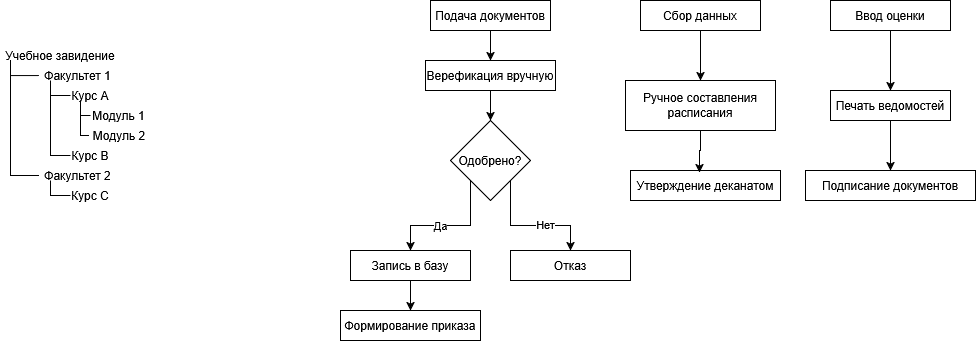
The draw.io diagram .png/Диаграмма без sdfназвания.drawio.png in Jokimazi/DrawIOStorage, before a commit. Source tidied: cells renumbered, new cells last; positions are measured from the earlier drawing's top-left corner, leaving out a move shared by most shapes.
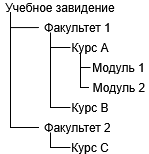
Later version of the same file.

Diff of the diagram source:
```diff
@@ -2,75 +2,6 @@
   <root>
     <mxCell id="0" />
     <mxCell id="1" parent="0" />
-    <mxCell id="2" style="edgeStyle=orthogonalEdgeStyle;rounded=0;jettySize=auto;html=1;exitX=0.5;exitY=1;exitDx=0;exitDy=0;entryX=0.5;entryY=0;entryDx=0;entryDy=0;" parent="1" edge="1" source="3" target="5">
-      <mxGeometry relative="1" as="geometry" />
-    </mxCell>
-    <mxCell id="3" value="Подача документов" style="rounded=0;whiteSpace=wrap;html=1;" parent="1" vertex="1">
-      <mxGeometry x="430" width="120" height="30" as="geometry" />
-    </mxCell>
-    <mxCell id="4" style="edgeStyle=orthogonalEdgeStyle;rounded=0;jettySize=auto;html=1;exitX=0.5;exitY=1;exitDx=0;exitDy=0;entryX=0.5;entryY=0;entryDx=0;entryDy=0;" parent="1" edge="1" source="5" target="10">
-      <mxGeometry relative="1" as="geometry" />
-    </mxCell>
-    <mxCell id="5" value="Верефикация вручную" style="rounded=0;whiteSpace=wrap;html=1;" parent="1" vertex="1">
-      <mxGeometry x="425" y="60" width="130" height="30" as="geometry" />
-    </mxCell>
-    <mxCell id="6" style="edgeStyle=orthogonalEdgeStyle;rounded=0;jettySize=auto;html=1;exitX=1;exitY=1;exitDx=0;exitDy=0;entryX=0.5;entryY=0;entryDx=0;entryDy=0;" parent="1" edge="1" source="10" target="13">
-      <mxGeometry relative="1" as="geometry" />
-    </mxCell>
-    <mxCell id="7" value="Нет" style="edgeLabel;html=1;align=center;verticalAlign=middle;" parent="6" vertex="1">
-      <mxGeometry x="0.22" y="1" relative="1" as="geometry" />
-    </mxCell>
-    <mxCell id="8" style="edgeStyle=orthogonalEdgeStyle;rounded=0;jettySize=auto;html=1;exitX=0;exitY=1;exitDx=0;exitDy=0;entryX=0.5;entryY=0;entryDx=0;entryDy=0;" parent="1" edge="1" source="10" target="12">
-      <mxGeometry relative="1" as="geometry" />
-    </mxCell>
-    <mxCell id="9" value="Да" style="edgeLabel;html=1;align=center;verticalAlign=middle;" parent="8" vertex="1">
-      <mxGeometry x="0.17" relative="1" as="geometry" />
-    </mxCell>
-    <mxCell id="10" value="Одобрено?" style="rhombus;whiteSpace=wrap;html=1;" parent="1" vertex="1">
-      <mxGeometry x="450" y="120" width="80" height="80" as="geometry" />
-    </mxCell>
-    <mxCell id="11" style="edgeStyle=orthogonalEdgeStyle;rounded=0;jettySize=auto;html=1;exitX=0.5;exitY=1;exitDx=0;exitDy=0;entryX=0.5;entryY=0;entryDx=0;entryDy=0;" parent="1" edge="1" source="12" target="14">
-      <mxGeometry relative="1" as="geometry" />
-    </mxCell>
-    <mxCell id="12" value="Запись в базу" style="rounded=0;whiteSpace=wrap;html=1;" parent="1" vertex="1">
-      <mxGeometry x="350" y="250" width="120" height="30" as="geometry" />
-    </mxCell>
-    <mxCell id="13" value="Отказ" style="rounded=0;whiteSpace=wrap;html=1;" parent="1" vertex="1">
-      <mxGeometry x="510" y="250" width="120" height="30" as="geometry" />
-    </mxCell>
-    <mxCell id="14" value="Формирование приказа" style="rounded=0;whiteSpace=wrap;html=1;" parent="1" vertex="1">
-      <mxGeometry x="340" y="310" width="140" height="30" as="geometry" />
-    </mxCell>
-    <mxCell id="15" style="edgeStyle=orthogonalEdgeStyle;rounded=0;jettySize=auto;html=1;exitX=0.5;exitY=1;exitDx=0;exitDy=0;entryX=0.5;entryY=0;entryDx=0;entryDy=0;" parent="1" edge="1" source="16" target="17">
-      <mxGeometry relative="1" as="geometry" />
-    </mxCell>
-    <mxCell id="16" value="Сбор данных" style="rounded=0;whiteSpace=wrap;html=1;" parent="1" vertex="1">
-      <mxGeometry x="640" width="120" height="30" as="geometry" />
-    </mxCell>
-    <mxCell id="17" value="Ручное составления расписания" style="rounded=0;whiteSpace=wrap;html=1;" parent="1" vertex="1">
-      <mxGeometry x="625" y="80" width="150" height="50" as="geometry" />
-    </mxCell>
-    <mxCell id="18" value="Утверждение деканатом" style="rounded=0;whiteSpace=wrap;html=1;" parent="1" vertex="1">
-      <mxGeometry x="630" y="170" width="150" height="30" as="geometry" />
-    </mxCell>
-    <mxCell id="19" style="edgeStyle=orthogonalEdgeStyle;rounded=0;jettySize=auto;html=1;exitX=0.5;exitY=1;exitDx=0;exitDy=0;entryX=0.5;entryY=0;entryDx=0;entryDy=0;" parent="1" edge="1" source="20" target="22">
-      <mxGeometry relative="1" as="geometry" />
-    </mxCell>
-    <mxCell id="20" value="Ввод оценки" style="rounded=0;whiteSpace=wrap;html=1;" parent="1" vertex="1">
-      <mxGeometry x="830" width="120" height="30" as="geometry" />
-    </mxCell>
-    <mxCell id="21" style="edgeStyle=orthogonalEdgeStyle;rounded=0;jettySize=auto;html=1;exitX=0.5;exitY=1;exitDx=0;exitDy=0;entryX=0.5;entryY=0;entryDx=0;entryDy=0;" parent="1" edge="1" source="22" target="23">
-      <mxGeometry relative="1" as="geometry" />
-    </mxCell>
-    <mxCell id="22" value="Печать ведомостей" style="rounded=0;whiteSpace=wrap;html=1;" parent="1" vertex="1">
-      <mxGeometry x="830" y="90" width="120" height="30" as="geometry" />
-    </mxCell>
-    <mxCell id="23" value="Подписание документов" style="rounded=0;whiteSpace=wrap;html=1;" parent="1" vertex="1">
-      <mxGeometry x="805" y="170" width="170" height="30" as="geometry" />
-    </mxCell>
-    <mxCell id="24" style="edgeStyle=orthogonalEdgeStyle;rounded=0;jettySize=auto;html=1;exitX=0.5;exitY=1;exitDx=0;exitDy=0;entryX=0.46;entryY=0.067;entryDx=0;entryDy=0;entryPerimeter=0;" parent="1" edge="1" source="17" target="18">
-      <mxGeometry relative="1" as="geometry" />
-    </mxCell>
     <mxCell id="25" value="Учебное завидение" style="text;html=1;align=center;verticalAlign=middle;whiteSpace=wrap;rounded=0;" parent="1" vertex="1">
       <mxGeometry y="50" width="120" height="10" as="geometry" />
     </mxCell>
```
